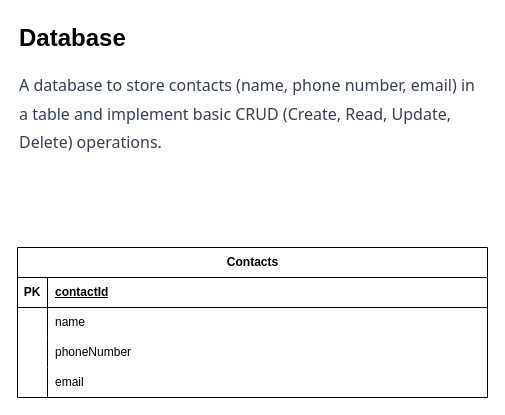
0xThurling/diagrams keeps this draw.io diagram as simple-address-book-sql.drawio. Above is the earlier version. Source tidied: cells renumbered, new cells numbered last; positions are measured from the earlier drawing's top-left corner, leaving out a move shared by most shapes. Both pictures are drawn from the tidied source at 100%, with x=0, y=0 at pixel (17, 17).
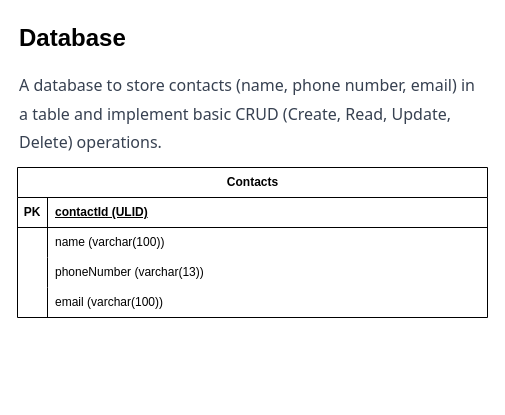
The same page after the edit.

The edit, as a diff of the source:
```diff
@@
 <mxGraphModel>
   <root>
     <mxCell id="0" />
     <mxCell id="1" parent="0" />
     <mxCell id="2" value="Contacts" style="shape=table;startSize=30;childLayout=tableLayout;rowLines=0;fontStyle=1;align=center;html=1;" parent="1" vertex="1">
-      <mxGeometry y="230" width="470" height="150" as="geometry" />
+      <mxGeometry y="150" width="470" height="150" as="geometry" />
     </mxCell>
     <mxCell id="3" style="shape=tableRow;horizontal=0;startSize=0;swimlaneHead=0;swimlaneBody=0;fillColor=none;top=0;left=0;right=0;bottom=1;" parent="2" vertex="1">
       <mxGeometry y="30" width="470" height="30" as="geometry" />
     </mxCell>
     <mxCell id="4" value="PK" style="shape=partialRectangle;fillColor=none;top=0;left=0;bottom=0;right=0;fontStyle=1;overflow=hidden;whiteSpace=wrap;html=1;" parent="3" vertex="1">
       <mxGeometry width="30" height="30" as="geometry" />
     </mxCell>
-    <mxCell id="5" value="contactId" style="shape=partialRectangle;fillColor=none;top=0;left=0;bottom=0;right=0;align=left;spacingLeft=6;fontStyle=5;overflow=hidden;whiteSpace=wrap;html=1;" parent="3" vertex="1">
+    <mxCell id="5" value="contactId (ULID)" style="shape=partialRectangle;fillColor=none;top=0;left=0;bottom=0;right=0;align=left;spacingLeft=6;fontStyle=5;overflow=hidden;whiteSpace=wrap;html=1;" parent="3" vertex="1">
       <mxGeometry x="30" width="440" height="30" as="geometry" />
     </mxCell>
     <mxCell id="6" style="shape=tableRow;horizontal=0;startSize=0;swimlaneHead=0;swimlaneBody=0;fillColor=none;top=0;left=0;right=0;bottom=0;" parent="2" vertex="1">
       <mxGeometry y="60" width="470" height="30" as="geometry" />
     </mxCell>
     <mxCell id="7" style="shape=partialRectangle;fillColor=none;top=0;left=0;bottom=0;right=0;overflow=hidden;whiteSpace=wrap;html=1;" parent="6" vertex="1">
       <mxGeometry width="30" height="30" as="geometry" />
     </mxCell>
-    <mxCell id="8" value="name" style="shape=partialRectangle;fillColor=none;top=0;left=0;bottom=0;right=0;align=left;spacingLeft=6;overflow=hidden;whiteSpace=wrap;html=1;" parent="6" vertex="1">
+    <mxCell id="8" value="name (varchar(100))" style="shape=partialRectangle;fillColor=none;top=0;left=0;bottom=0;right=0;align=left;spacingLeft=6;overflow=hidden;whiteSpace=wrap;html=1;" parent="6" vertex="1">
       <mxGeometry x="30" width="440" height="30" as="geometry" />
     </mxCell>
     <mxCell id="9" style="shape=tableRow;horizontal=0;startSize=0;swimlaneHead=0;swimlaneBody=0;fillColor=none;top=0;left=0;right=0;bottom=0;" parent="2" vertex="1">
       <mxGeometry y="90" width="470" height="30" as="geometry" />
     </mxCell>
     <mxCell id="10" style="shape=partialRectangle;fillColor=none;top=0;left=0;bottom=0;right=0;overflow=hidden;whiteSpace=wrap;html=1;" parent="9" vertex="1">
       <mxGeometry width="30" height="30" as="geometry" />
     </mxCell>
-    <mxCell id="11" value="phoneNumber" style="shape=partialRectangle;fillColor=none;top=0;left=0;bottom=0;right=0;align=left;spacingLeft=6;overflow=hidden;whiteSpace=wrap;html=1;" parent="9" vertex="1">
+    <mxCell id="11" value="phoneNumber (varchar(13))" style="shape=partialRectangle;fillColor=none;top=0;left=0;bottom=0;right=0;align=left;spacingLeft=6;overflow=hidden;whiteSpace=wrap;html=1;" parent="9" vertex="1">
       <mxGeometry x="30" width="440" height="30" as="geometry" />
     </mxCell>
     <mxCell id="12" style="shape=tableRow;horizontal=0;startSize=0;swimlaneHead=0;swimlaneBody=0;fillColor=none;top=0;left=0;right=0;bottom=0;" parent="2" vertex="1">
       <mxGeometry y="120" width="470" height="30" as="geometry" />
     </mxCell>
     <mxCell id="13" style="shape=partialRectangle;fillColor=none;top=0;left=0;bottom=0;right=0;overflow=hidden;whiteSpace=wrap;html=1;" parent="12" vertex="1">
       <mxGeometry width="30" height="30" as="geometry" />
     </mxCell>
-    <mxCell id="14" value="email" style="shape=partialRectangle;fillColor=none;top=0;left=0;bottom=0;right=0;align=left;spacingLeft=6;overflow=hidden;whiteSpace=wrap;html=1;" parent="12" vertex="1">
+    <mxCell id="14" value="email (varchar(100))" style="shape=partialRectangle;fillColor=none;top=0;left=0;bottom=0;right=0;align=left;spacingLeft=6;overflow=hidden;whiteSpace=wrap;html=1;" parent="12" vertex="1">
       <mxGeometry x="30" width="440" height="30" as="geometry" />
     </mxCell>
     <mxCell id="15" value="&lt;h1 style=&quot;margin-top: 0px;&quot;&gt;Database&lt;/h1&gt;&lt;h1 style=&quot;margin-top: 0px;&quot;&gt;&lt;span style=&quot;font-size: 16px; font-weight: 400; caret-color: rgb(55, 65, 81); color: rgb(55, 65, 81); font-family: ui-sans-serif, system-ui, sans-serif, &amp;quot;Apple Color Emoji&amp;quot;, &amp;quot;Segoe UI Emoji&amp;quot;, &amp;quot;Segoe UI Symbol&amp;quot;, &amp;quot;Noto Color Emoji&amp;quot;; background-color: rgb(255, 255, 255);&quot;&gt;A database to store contacts (name, phone number, email) in a table and implement basic CRUD (Create, Read, Update, Delete) operations.&lt;/span&gt;&lt;br&gt;&lt;/h1&gt;" style="text;html=1;whiteSpace=wrap;overflow=hidden;rounded=0;" parent="1" vertex="1">
       <mxGeometry width="470" height="150" as="geometry" />
     </mxCell>
   </root>
 </mxGraphModel>
```
